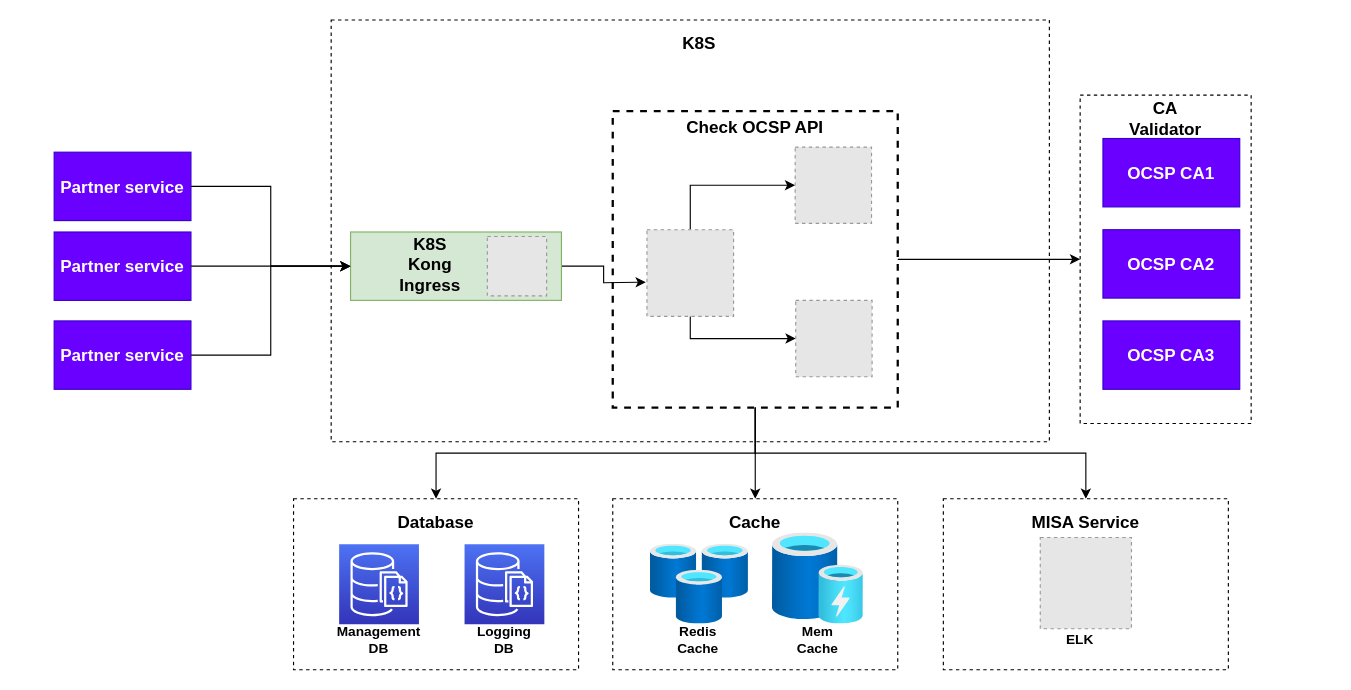
thangmt1997/app_sales keeps this draw.io diagram as Untitled Diagram.drawio. Above is the earlier version. Source tidied: cells renumbered, new cells numbered last; positions are measured from the earlier drawing's top-left corner, leaving out a move shared by most shapes. Both pictures are drawn from the tidied source at 114%, with x=0, y=0 at pixel (54, 19). Pictures stored in the file or linked from it are replaced by grey dashed boxes.
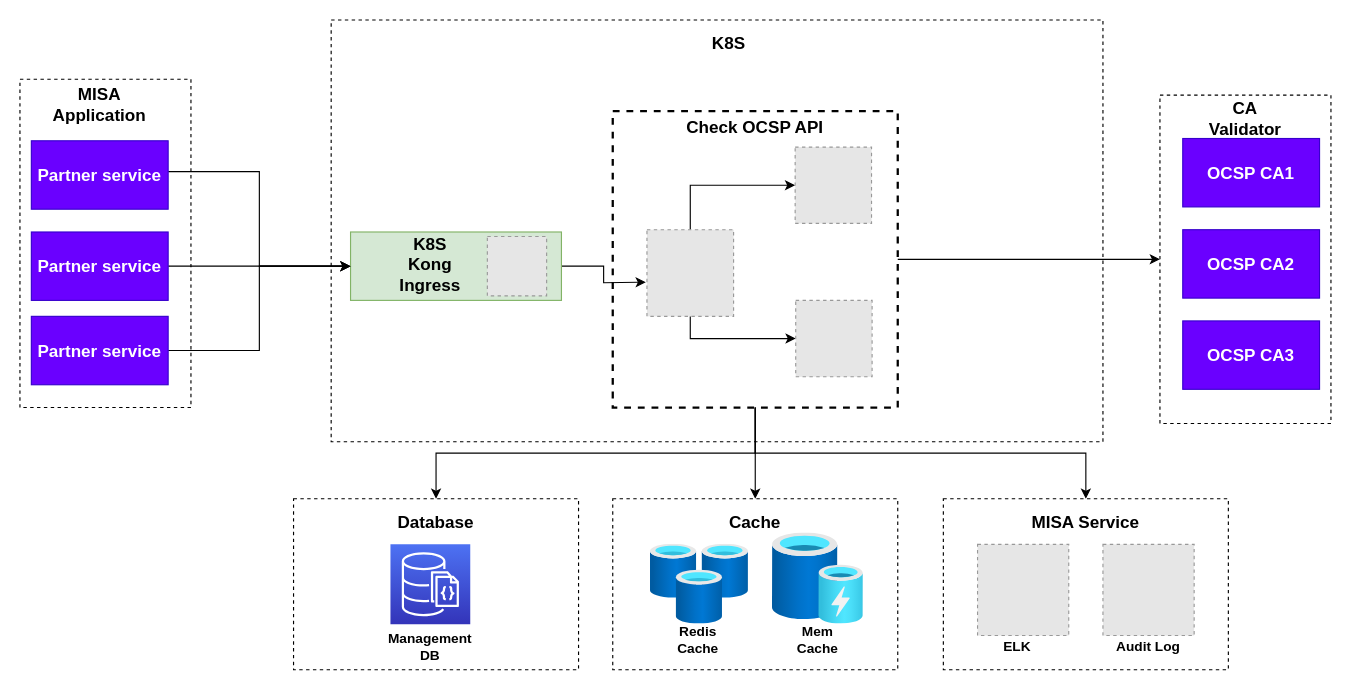
After the change.

The change refers to these unchanged cells:
```xml
<mxCell id="6" style="rounded=0;whiteSpace=wrap;html=1;imageAlign=right;imageWidth=70;imageHeight=30;fontSize=15;fillColor=#d5e8d4;strokeColor=#82b366;fontStyle=1;" parent="1" vertex="1">
  <mxGeometry x="260" y="186" width="185" height="60" as="geometry" />
</mxCell>
<mxCell id="23" style="rounded=0;whiteSpace=wrap;html=1;dashed=1;strokeColor=#000000;fillColor=none;strokeWidth=2;" parent="1" vertex="1">
  <mxGeometry x="490" y="80" width="250" height="260" as="geometry" />
</mxCell>
```

What changed in the source:
```diff
@@
     <mxCell id="2" style="rounded=0;whiteSpace=wrap;html=1;dashed=1;fontSize=15;fontStyle=1;" parent="1" vertex="1">
-      <mxGeometry x="243" width="630" height="370" as="geometry" />
+      <mxGeometry x="243" width="677" height="370" as="geometry" />
     </mxCell>
-    <mxCell id="3" style="edgeStyle=orthogonalEdgeStyle;rounded=0;jettySize=auto;html=1;entryX=0;entryY=0.5;entryDx=0;entryDy=0;fontSize=15;fontStyle=1;" parent="1" edge="1" source="4" target="6">
-      <mxGeometry relative="1" as="geometry" />
-    </mxCell>
-    <mxCell id="4" value="Partner service" style="rounded=0;whiteSpace=wrap;html=1;fontSize=15;fillColor=#6a00ff;strokeColor=#3700CC;fontColor=#ffffff;fontStyle=1;" parent="1" vertex="1">
-      <mxGeometry y="186" width="120" height="60" as="geometry" />
-    </mxCell>
@@
-    <mxCell id="8" style="edgeStyle=orthogonalEdgeStyle;rounded=0;jettySize=auto;html=1;entryX=0;entryY=0.5;entryDx=0;entryDy=0;fontSize=13;" parent="1" edge="1" source="9" target="6">
-      <mxGeometry relative="1" as="geometry" />
-    </mxCell>
-    <mxCell id="9" value="Partner service" style="rounded=0;whiteSpace=wrap;html=1;fontSize=15;fillColor=#6a00ff;strokeColor=#3700CC;fontColor=#ffffff;fontStyle=1;" parent="1" vertex="1">
-      <mxGeometry y="264" width="120" height="60" as="geometry" />
-    </mxCell>
-    <mxCell id="10" style="edgeStyle=orthogonalEdgeStyle;rounded=0;jettySize=auto;html=1;entryX=0;entryY=0.5;entryDx=0;entryDy=0;fontSize=13;" parent="1" edge="1" source="11" target="6">
-      <mxGeometry relative="1" as="geometry" />
-    </mxCell>
-    <mxCell id="11" value="Partner service" style="rounded=0;whiteSpace=wrap;html=1;fontSize=15;fillColor=#6a00ff;strokeColor=#3700CC;fontColor=#ffffff;fontStyle=1;" parent="1" vertex="1">
-      <mxGeometry y="116" width="120" height="60" as="geometry" />
-    </mxCell>
     <mxCell id="12" value="K8S" style="text;html=1;strokeColor=none;fillColor=none;align=center;verticalAlign=middle;whiteSpace=wrap;rounded=0;fontSize=15;fontStyle=1;" parent="1" vertex="1">
-      <mxGeometry x="481.1" y="10" width="170" height="20" as="geometry" />
+      <mxGeometry x="506.5" y="10" width="170" height="20" as="geometry" />
     </mxCell>
     <mxCell id="13" style="rounded=0;whiteSpace=wrap;html=1;fontSize=15;dashed=1;" parent="1" vertex="1">
-      <mxGeometry x="900" y="66" width="150" height="288" as="geometry" />
+      <mxGeometry x="970" y="66" width="150" height="288" as="geometry" />
     </mxCell>
     <mxCell id="14" value="CA Validator" style="text;html=1;strokeColor=none;fillColor=none;align=center;verticalAlign=middle;whiteSpace=wrap;rounded=0;fontSize=15;fontStyle=1;" parent="1" vertex="1">
-      <mxGeometry x="930" y="76" width="90" height="20" as="geometry" />
+      <mxGeometry x="1000" y="76" width="90" height="20" as="geometry" />
     </mxCell>
     <mxCell id="15" value="OCSP CA1" style="rounded=0;whiteSpace=wrap;html=1;fontSize=15;fillColor=#6a00ff;strokeColor=#3700CC;fontColor=#ffffff;fontStyle=1;" parent="1" vertex="1">
-      <mxGeometry x="920" y="104" width="120" height="60" as="geometry" />
+      <mxGeometry x="990" y="104" width="120" height="60" as="geometry" />
     </mxCell>
     <mxCell id="16" value="OCSP CA2" style="rounded=0;whiteSpace=wrap;html=1;fontSize=15;fillColor=#6a00ff;strokeColor=#3700CC;fontColor=#ffffff;fontStyle=1;" parent="1" vertex="1">
-      <mxGeometry x="920" y="184" width="120" height="60" as="geometry" />
+      <mxGeometry x="990" y="184" width="120" height="60" as="geometry" />
     </mxCell>
     <mxCell id="17" value="OCSP CA3" style="rounded=0;whiteSpace=wrap;html=1;fontSize=15;fillColor=#6a00ff;strokeColor=#3700CC;fontColor=#ffffff;fontStyle=1;" parent="1" vertex="1">
-      <mxGeometry x="920" y="264" width="120" height="60" as="geometry" />
+      <mxGeometry x="990" y="264" width="120" height="60" as="geometry" />
     </mxCell>
@@
-    <mxCell id="19" style="edgeStyle=orthogonalEdgeStyle;rounded=0;jettySize=auto;html=1;entryX=0;entryY=0.5;entryDx=0;entryDy=0;" parent="1" edge="1" source="23">
-      <mxGeometry relative="1" as="geometry">
-        <mxPoint x="900" y="210" as="targetPoint" />
-      </mxGeometry>
+    <mxCell id="19" style="edgeStyle=orthogonalEdgeStyle;rounded=0;jettySize=auto;html=1;entryX=0;entryY=0.5;entryDx=0;entryDy=0;" parent="1" edge="1" source="23" target="13">
+      <mxGeometry relative="1" as="geometry" />
     </mxCell>
@@
-    <mxCell id="31" style="fontColor=#232F3E;gradientColor=#4D72F3;gradientDirection=north;fillColor=#3334B9;strokeColor=#ffffff;dashed=0;verticalLabelPosition=bottom;verticalAlign=top;align=center;html=1;fontSize=12;fontStyle=1;shape=mxgraph.aws4.resourceIcon;resIcon=mxgraph.aws4.documentdb_with_mongodb_compatibility;" parent="1" vertex="1">
-      <mxGeometry x="360" y="460" width="70" height="70" as="geometry" />
-    </mxCell>
     <mxCell id="32" style="fontColor=#232F3E;gradientColor=#4D72F3;gradientDirection=north;fillColor=#3334B9;strokeColor=#ffffff;dashed=0;verticalLabelPosition=bottom;verticalAlign=top;align=center;html=1;fontSize=12;fontStyle=1;shape=mxgraph.aws4.resourceIcon;resIcon=mxgraph.aws4.documentdb_with_mongodb_compatibility;" parent="1" vertex="1">
-      <mxGeometry x="250" y="460" width="70" height="70" as="geometry" />
+      <mxGeometry x="295" y="460" width="70" height="70" as="geometry" />
     </mxCell>
@@
     <mxCell id="37" style="fillColor=#E6E6E6;strokeColor=#999999;dashed=1;verticalLabelPosition=bottom;verticalAlign=top;" parent="1" vertex="1">
-      <mxGeometry x="865" y="454" width="80" height="80" as="geometry" />
+      <mxGeometry x="810" y="460" width="80" height="80" as="geometry" />
     </mxCell>
     <mxCell id="38" value="Management DB" style="text;html=1;strokeColor=none;fillColor=none;align=center;verticalAlign=middle;whiteSpace=wrap;rounded=0;dashed=1;fontStyle=1;" parent="1" vertex="1">
-      <mxGeometry x="265" y="534" width="40" height="20" as="geometry" />
+      <mxGeometry x="310" y="540" width="40" height="20" as="geometry" />
     </mxCell>
-    <mxCell id="39" value="Logging DB" style="text;html=1;strokeColor=none;fillColor=none;align=center;verticalAlign=middle;whiteSpace=wrap;rounded=0;dashed=1;fontStyle=1;" parent="1" vertex="1">
-      <mxGeometry x="375" y="534" width="40" height="20" as="geometry" />
-    </mxCell>
@@
     <mxCell id="42" value="ELK" style="text;html=1;strokeColor=none;fillColor=none;align=center;verticalAlign=middle;whiteSpace=wrap;rounded=0;dashed=1;fontStyle=1;" parent="1" vertex="1">
-      <mxGeometry x="880" y="534" width="40" height="20" as="geometry" />
+      <mxGeometry x="825" y="540" width="40" height="20" as="geometry" />
     </mxCell>
@@
+    <mxCell id="46" style="fillColor=#E6E6E6;strokeColor=#999999;dashed=1;verticalLabelPosition=bottom;verticalAlign=top;" parent="1" vertex="1">
+      <mxGeometry x="920" y="460" width="80" height="80" as="geometry" />
+    </mxCell>
+    <mxCell id="47" value="Audit Log" style="text;html=1;strokeColor=none;fillColor=none;align=center;verticalAlign=middle;whiteSpace=wrap;rounded=0;dashed=1;fontStyle=1;" parent="1" vertex="1">
+      <mxGeometry x="930" y="540" width="60" height="20" as="geometry" />
+    </mxCell>
+    <mxCell id="48" style="rounded=0;whiteSpace=wrap;html=1;fontSize=15;dashed=1;" parent="1" vertex="1">
+      <mxGeometry x="-30" y="52" width="150" height="288" as="geometry" />
+    </mxCell>
+    <mxCell id="49" style="edgeStyle=orthogonalEdgeStyle;rounded=0;jettySize=auto;html=1;entryX=0;entryY=0.5;entryDx=0;entryDy=0;" parent="1" edge="1" source="50" target="6">
+      <mxGeometry relative="1" as="geometry">
+        <Array as="points">
+          <mxPoint x="180" y="133" />
+          <mxPoint x="180" y="216" />
+        </Array>
+      </mxGeometry>
+    </mxCell>
+    <mxCell id="50" value="Partner service" style="rounded=0;whiteSpace=wrap;html=1;fontSize=15;fillColor=#6a00ff;strokeColor=#3700CC;fontColor=#ffffff;fontStyle=1;" parent="1" vertex="1">
+      <mxGeometry x="-20" y="106" width="120" height="60" as="geometry" />
+    </mxCell>
+    <mxCell id="51" style="edgeStyle=orthogonalEdgeStyle;rounded=0;jettySize=auto;html=1;" parent="1" edge="1" source="52" target="6">
+      <mxGeometry relative="1" as="geometry" />
+    </mxCell>
+    <mxCell id="52" value="Partner service" style="rounded=0;whiteSpace=wrap;html=1;fontSize=15;fillColor=#6a00ff;strokeColor=#3700CC;fontColor=#ffffff;fontStyle=1;" parent="1" vertex="1">
+      <mxGeometry x="-20" y="186" width="120" height="60" as="geometry" />
+    </mxCell>
+    <mxCell id="53" style="edgeStyle=orthogonalEdgeStyle;rounded=0;jettySize=auto;html=1;entryX=0;entryY=0.5;entryDx=0;entryDy=0;" parent="1" edge="1" source="54" target="6">
+      <mxGeometry relative="1" as="geometry" />
+    </mxCell>
+    <mxCell id="54" value="Partner service" style="rounded=0;whiteSpace=wrap;html=1;fontSize=15;fillColor=#6a00ff;strokeColor=#3700CC;fontColor=#ffffff;fontStyle=1;" parent="1" vertex="1">
+      <mxGeometry x="-20" y="260" width="120" height="60" as="geometry" />
+    </mxCell>
+    <mxCell id="55" value="MISA Application" style="text;html=1;strokeColor=none;fillColor=none;align=center;verticalAlign=middle;whiteSpace=wrap;rounded=0;fontSize=15;fontStyle=1;" parent="1" vertex="1">
+      <mxGeometry x="-5" y="64" width="90" height="20" as="geometry" />
+    </mxCell>
```
